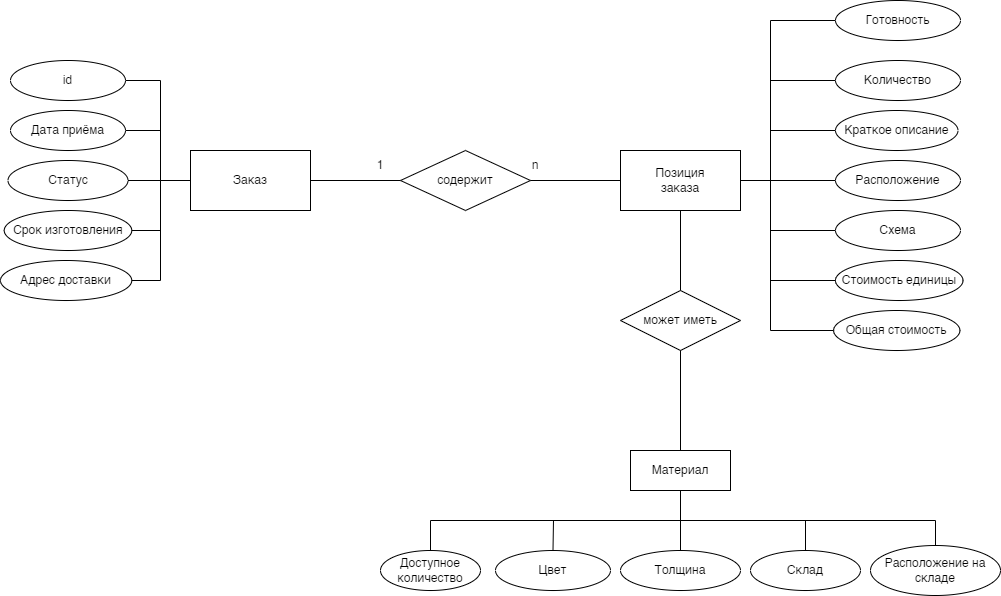
Before: img/er.png, a diagram exported from draw.io (Jaycobe/bmstu-ppo). Source tidied: cells renumbered, new cells last; positions are measured from the earlier drawing's top-left corner, leaving out a move shared by most shapes.
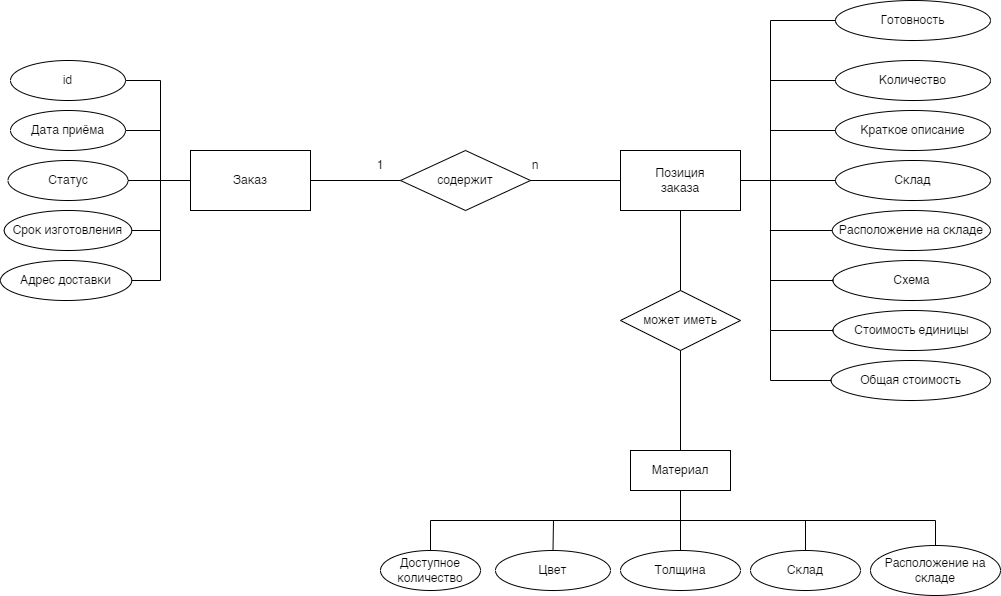
The same file after the commit.

Diff of the diagram source:
```diff
@@ -15,22 +15,22 @@
       <mxGeometry x="620" y="550" width="120" height="40" as="geometry" />
     </mxCell>
     <mxCell id="6" value="Схема" style="ellipse;whiteSpace=wrap;html=1;" parent="1" vertex="1">
-      <mxGeometry x="835" y="210" width="125" height="40" as="geometry" />
+      <mxGeometry x="832.5" y="260" width="157.5" height="40" as="geometry" />
     </mxCell>
     <mxCell id="7" value="содержит" style="rhombus;whiteSpace=wrap;html=1;" parent="1" vertex="1">
       <mxGeometry x="400" y="150" width="130" height="60" as="geometry" />
     </mxCell>
-    <mxCell id="8" value="Расположение" style="ellipse;whiteSpace=wrap;html=1;align=center;" parent="1" vertex="1">
-      <mxGeometry x="835" y="160" width="125" height="40" as="geometry" />
+    <mxCell id="8" value="Склад" style="ellipse;whiteSpace=wrap;html=1;align=center;" parent="1" vertex="1">
+      <mxGeometry x="835" y="160" width="155" height="40" as="geometry" />
     </mxCell>
     <mxCell id="9" value="Краткое описание" style="ellipse;whiteSpace=wrap;html=1;" parent="1" vertex="1">
-      <mxGeometry x="835" y="110" width="122.5" height="40" as="geometry" />
+      <mxGeometry x="835" y="110" width="155" height="40" as="geometry" />
     </mxCell>
     <mxCell id="10" value="Готовность" style="ellipse;whiteSpace=wrap;html=1;align=center;" parent="1" vertex="1">
-      <mxGeometry x="835" width="125" height="40" as="geometry" />
+      <mxGeometry x="835" width="155" height="40" as="geometry" />
     </mxCell>
     <mxCell id="11" value="Количество" style="ellipse;whiteSpace=wrap;html=1;align=center;" parent="1" vertex="1">
-      <mxGeometry x="835" y="60" width="125" height="40" as="geometry" />
+      <mxGeometry x="835" y="60" width="155" height="40" as="geometry" />
     </mxCell>
     <mxCell id="12" value="Материал" style="whiteSpace=wrap;html=1;align=center;" parent="1" vertex="1">
       <mxGeometry x="630" y="450" width="100" height="40" as="geometry" />
@@ -45,7 +45,7 @@
       <mxGeometry x="3.8" y="210" width="127.5" height="40" as="geometry" />
     </mxCell>
     <mxCell id="16" value="Стоимость единицы" style="ellipse;whiteSpace=wrap;html=1;align=center;" parent="1" vertex="1">
-      <mxGeometry x="835" y="260" width="127.5" height="40" as="geometry" />
+      <mxGeometry x="832.5" y="310" width="157.5" height="40" as="geometry" />
     </mxCell>
     <mxCell id="17" value="Склад" style="ellipse;whiteSpace=wrap;html=1;align=center;" parent="1" vertex="1">
       <mxGeometry x="750" y="550" width="110" height="40" as="geometry" />
@@ -81,7 +81,7 @@
       <mxGeometry x="10" y="60" width="115" height="40" as="geometry" />
     </mxCell>
     <mxCell id="28" value="Общая стоимость" style="ellipse;whiteSpace=wrap;html=1;align=center;" parent="1" vertex="1">
-      <mxGeometry x="833.1" y="310" width="126.2" height="40" as="geometry" />
+      <mxGeometry x="830.6" y="360" width="159.4" height="40" as="geometry" />
     </mxCell>
     <mxCell id="29" value="Расположение на складе" style="ellipse;whiteSpace=wrap;html=1;" parent="1" vertex="1">
       <mxGeometry x="870" y="545" width="130" height="50" as="geometry" />
@@ -136,17 +136,18 @@
         <mxPoint x="770" y="180" as="sourcePoint" />
         <Array as="points">
           <mxPoint x="770" y="330" />
+          <mxPoint x="770" y="380" />
         </Array>
       </mxGeometry>
     </mxCell>
     <mxCell id="38" style="endArrow=none;html=1;rounded=0;exitX=0;exitY=0.5;exitDx=0;exitDy=0;" parent="1" edge="1" source="16">
       <mxGeometry relative="1" as="geometry">
-        <mxPoint x="770" y="280" as="targetPoint" />
+        <mxPoint x="770" y="330" as="targetPoint" />
       </mxGeometry>
     </mxCell>
     <mxCell id="39" style="endArrow=none;html=1;rounded=0;entryX=0;entryY=0.5;entryDx=0;entryDy=0;" parent="1" edge="1" target="6">
       <mxGeometry relative="1" as="geometry">
-        <mxPoint x="770" y="230" as="sourcePoint" />
+        <mxPoint x="770" y="280" as="sourcePoint" />
       </mxGeometry>
     </mxCell>
     <mxCell id="40" style="endArrow=none;html=1;rounded=0;entryX=0;entryY=0.5;entryDx=0;entryDy=0;" parent="1" edge="1" target="9">
@@ -188,5 +189,13 @@
         <mxPoint x="805" y="520" as="targetPoint" />
       </mxGeometry>
     </mxCell>
+    <mxCell id="47" value="Расположение на складе" style="ellipse;whiteSpace=wrap;html=1;" parent="1" vertex="1">
+      <mxGeometry x="831.9" y="210" width="158.1" height="40" as="geometry" />
+    </mxCell>
+    <mxCell id="48" style="endArrow=none;html=1;rounded=0;entryX=0;entryY=0.5;entryDx=0;entryDy=0;" parent="1" edge="1" target="47">
+      <mxGeometry relative="1" as="geometry">
+        <mxPoint x="769.4" y="230" as="sourcePoint" />
+      </mxGeometry>
+    </mxCell>
   </root>
 </mxGraphModel>
```
